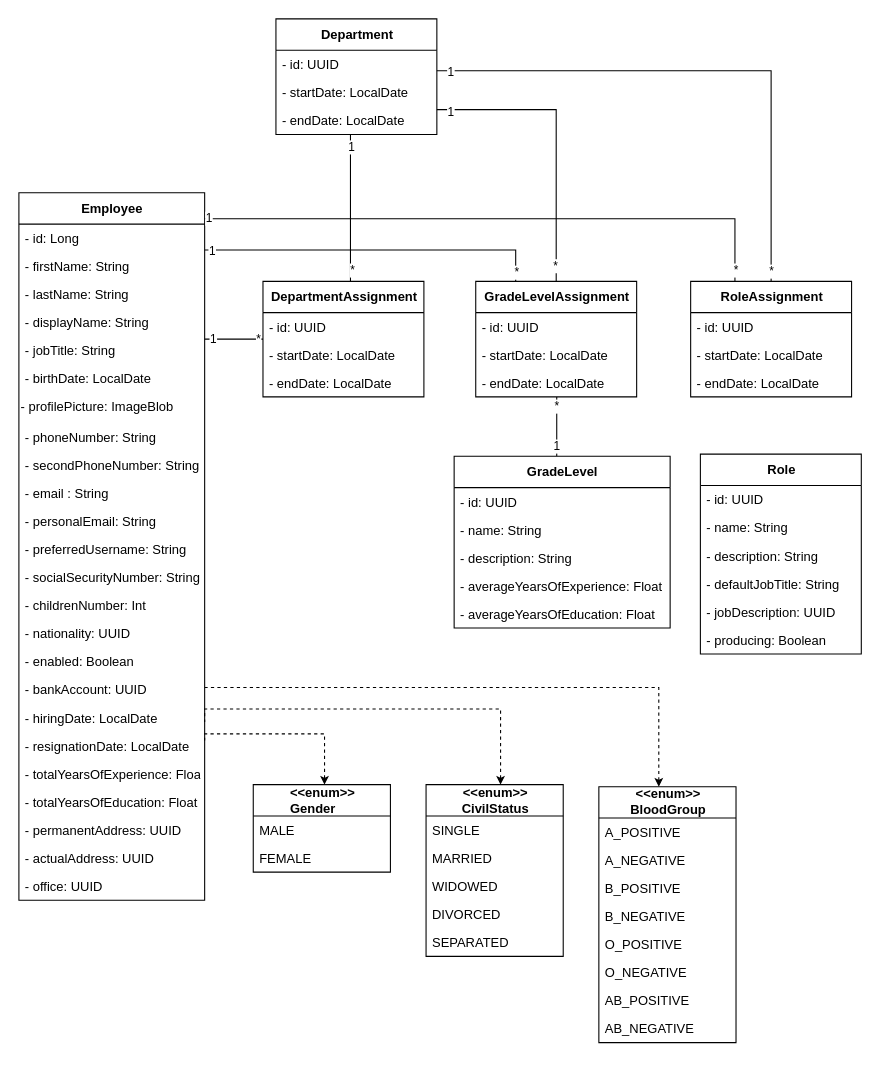
ZidiMedAmine/UML keeps this draw.io diagram as Staff/_DiagrammeClasseDepartment.drawio. Above is the earlier version. Source tidied: cells renumbered, new cells numbered last; positions are measured from the earlier drawing's top-left corner, leaving out a move shared by most shapes. Both pictures are drawn from the tidied source at 108%, with x=0, y=0 at pixel (18, 18).
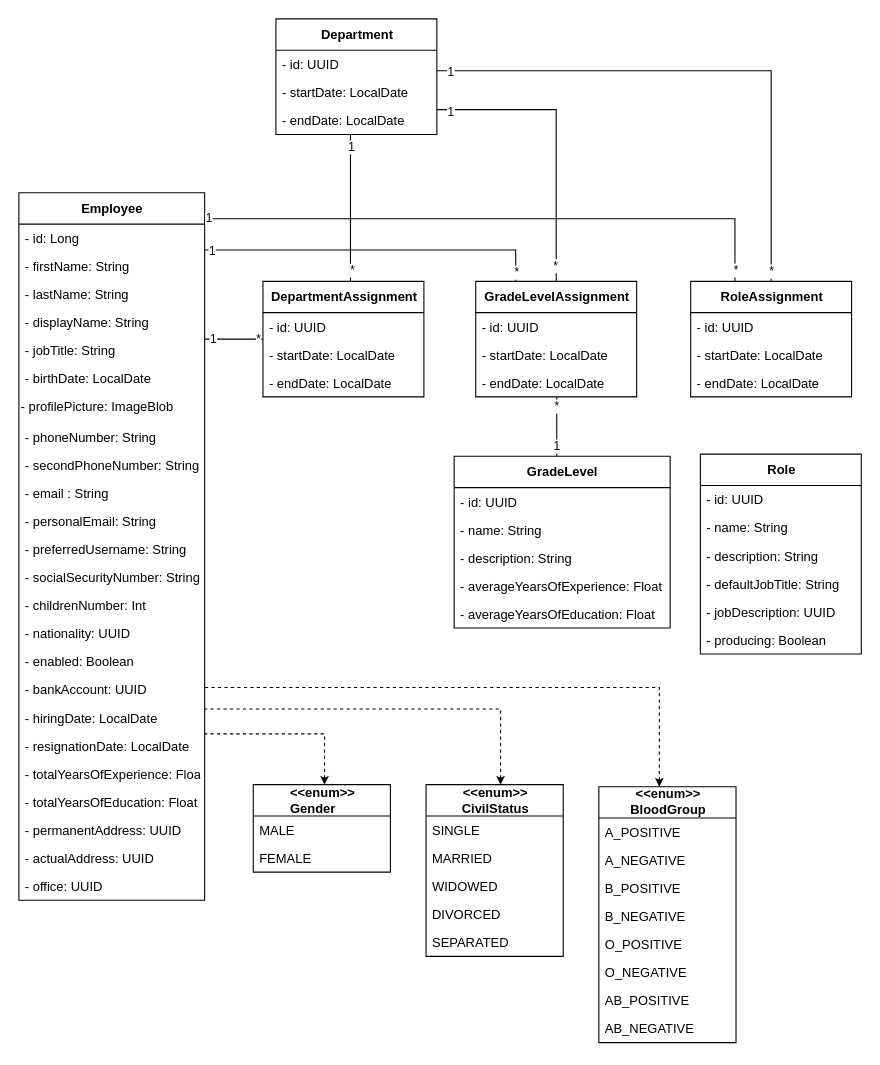
After the change.

Unchanged cells that the change refers to:
```xml
<mxCell id="2" value="&lt;b&gt;Employee&lt;/b&gt;" style="swimlane;fontStyle=0;align=center;verticalAlign=middle;horizontal=1;startSize=29;html=1;fontSize=12;labelPosition=center;verticalLabelPosition=middle;strokeColor=default;swimlaneLine=1;rounded=0;shadow=0;glass=0;sketch=0;perimeterSpacing=0;" parent="1" vertex="1">
  <mxGeometry y="161" width="172" height="655" as="geometry" />
</mxCell>
<mxCell id="78" value="&lt;b&gt;&amp;lt;&amp;lt;enum&amp;gt;&amp;gt;&lt;/b&gt;&lt;br&gt;&lt;div style=&quot;text-align: left&quot;&gt;&lt;b&gt;Gender&lt;/b&gt;&lt;br&gt;&lt;/div&gt;" style="swimlane;fontStyle=0;align=center;verticalAlign=middle;horizontal=1;startSize=29;html=1;fontSize=12;labelPosition=center;verticalLabelPosition=middle;swimlaneLine=1;rounded=0;sketch=0;glass=0;" parent="1" vertex="1">
  <mxGeometry x="217" y="709" width="127" height="81" as="geometry" />
</mxCell>
<mxCell id="82" value="&lt;b&gt;&amp;lt;&amp;lt;enum&amp;gt;&amp;gt;&lt;/b&gt;&lt;br&gt;&lt;div style=&quot;text-align: left&quot;&gt;&lt;b&gt;CivilStatus&lt;/b&gt;&lt;br&gt;&lt;/div&gt;" style="swimlane;fontStyle=0;align=center;verticalAlign=middle;horizontal=1;startSize=29;html=1;fontSize=12;labelPosition=center;verticalLabelPosition=middle;swimlaneLine=1;rounded=0;sketch=0;glass=0;" parent="1" vertex="1">
  <mxGeometry x="377" y="709" width="127" height="159" as="geometry" />
</mxCell>
<mxCell id="89" value="&lt;b&gt;&amp;lt;&amp;lt;enum&amp;gt;&amp;gt;&lt;/b&gt;&lt;br&gt;&lt;div style=&quot;text-align: left&quot;&gt;&lt;b&gt;BloodGroup&lt;/b&gt;&lt;br&gt;&lt;/div&gt;" style="swimlane;fontStyle=0;align=center;verticalAlign=middle;horizontal=1;startSize=29;html=1;fontSize=12;labelPosition=center;verticalLabelPosition=middle;swimlaneLine=1;rounded=0;sketch=0;glass=0;" parent="1" vertex="1">
  <mxGeometry x="537" y="710.9" width="127" height="237" as="geometry" />
</mxCell>
```

Change to the diagram source:
```diff
@@
-    <mxCell id="77" style="edgeStyle=orthogonalEdgeStyle;rounded=0;jettySize=auto;html=1;endArrow=none;endFill=0;startSize=5;endSize=5;startArrow=classic;startFill=1;dashed=1;" parent="1" edge="1" source="78">
+    <mxCell id="77" style="edgeStyle=orthogonalEdgeStyle;rounded=0;jettySize=auto;html=1;endArrow=none;endFill=0;startSize=5;endSize=5;startArrow=classic;startFill=1;dashed=1;" parent="1" edge="1" source="78" target="2">
       <mxGeometry relative="1" as="geometry">
-        <mxPoint x="172" y="668.1" as="targetPoint" />
         <Array as="points">
           <mxPoint x="283" y="662" />
-          <mxPoint x="172" y="662" />
         </Array>
       </mxGeometry>
     </mxCell>
@@
-    <mxCell id="81" style="edgeStyle=orthogonalEdgeStyle;rounded=0;jettySize=auto;html=1;dashed=1;startArrow=classic;startFill=1;endArrow=none;endFill=0;startSize=5;endSize=5;" parent="1" edge="1" source="82">
+    <mxCell id="81" style="edgeStyle=orthogonalEdgeStyle;rounded=0;jettySize=auto;html=1;dashed=1;startArrow=classic;startFill=1;endArrow=none;endFill=0;startSize=5;endSize=5;" parent="1" edge="1" source="82" target="2">
       <mxGeometry relative="1" as="geometry">
-        <mxPoint x="172" y="651" as="targetPoint" />
         <Array as="points">
           <mxPoint x="446" y="639" />
-          <mxPoint x="172" y="639" />
         </Array>
       </mxGeometry>
     </mxCell>
@@
-    <mxCell id="88" style="edgeStyle=orthogonalEdgeStyle;rounded=0;orthogonalLoop=1;jettySize=auto;html=1;dashed=1;startArrow=classic;startFill=1;endArrow=none;endFill=0;startSize=5;endSize=5;" parent="1" edge="1">
-      <mxGeometry relative="1" as="geometry">
-        <mxPoint x="592.5" y="710.9" as="sourcePoint" />
-        <mxPoint x="172" y="619" as="targetPoint" />
+    <mxCell id="88" style="edgeStyle=orthogonalEdgeStyle;rounded=0;jettySize=auto;html=1;dashed=1;startArrow=classic;startFill=1;endArrow=none;endFill=0;startSize=5;endSize=5;" parent="1" edge="1" source="89" target="2">
+      <mxGeometry y="3" relative="1" as="geometry">
         <Array as="points">
           <mxPoint x="593" y="619" />
         </Array>
       </mxGeometry>
     </mxCell>
```
